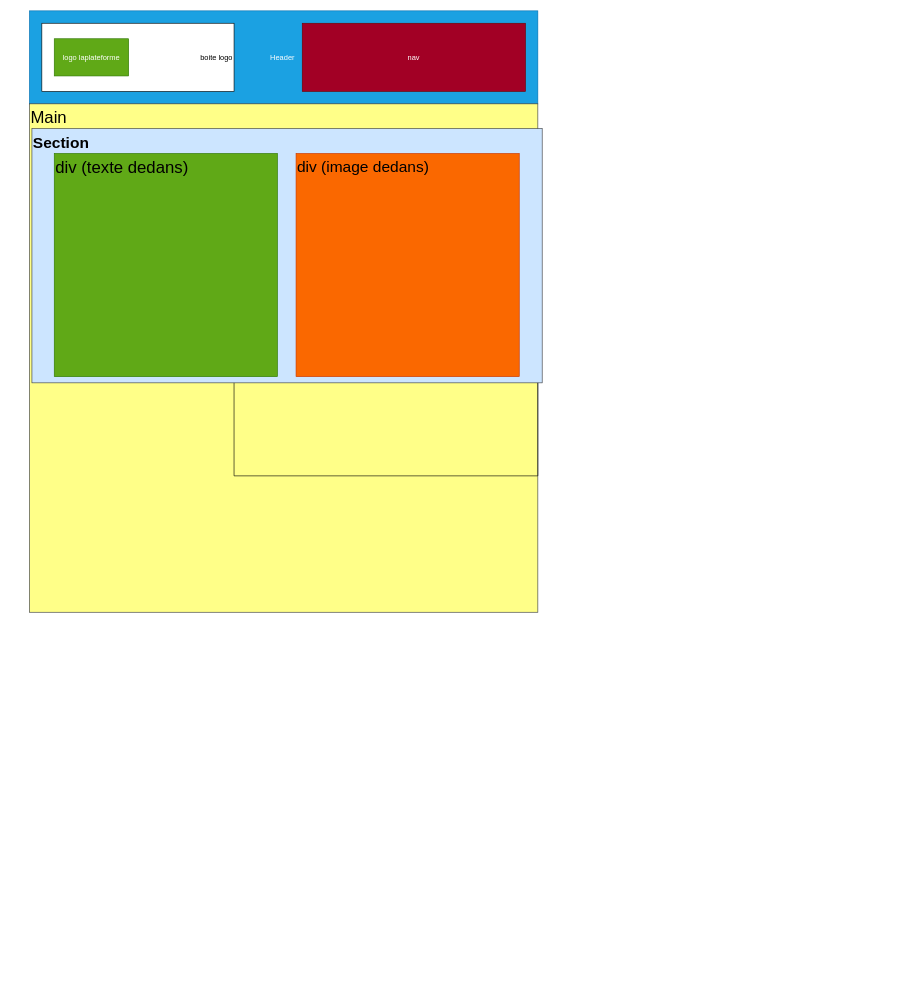
This is maquette.drawio from ibniyamine-chabane/site-la-plateforme, a draw.io file, before an edit. Source tidied: cells renumbered, new cells numbered last; positions are measured from the earlier drawing's top-left corner, leaving out a move shared by most shapes. Both pictures are drawn from the tidied source at 62%, with x=0, y=0 at pixel (29, 11).
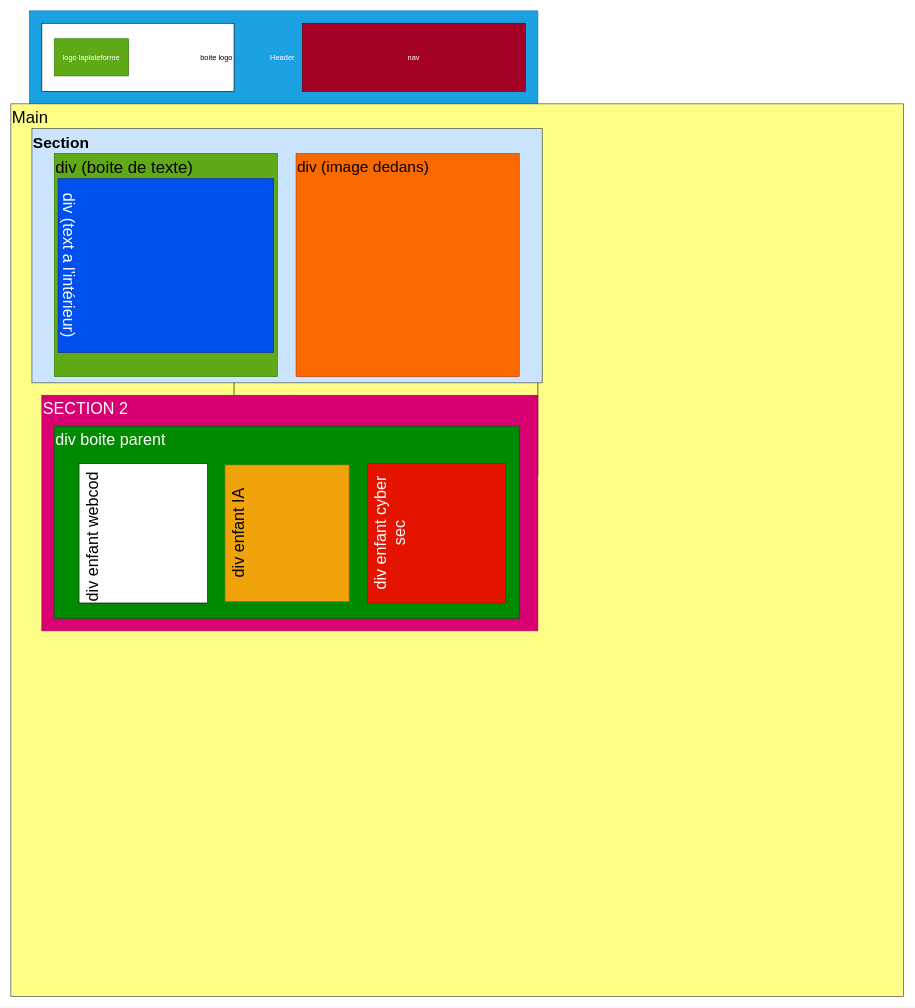
Above is the later version.

Commit message (it also covers changes not shown here):
section2 2 middle 1 almost done, maquette drawio updated

Change to the diagram source:
```diff
@@
 <mxGraphModel>
   <root>
     <mxCell id="0" />
     <mxCell id="1" parent="0" />
     <mxCell id="2" value="Header&amp;nbsp;" style="rounded=0;whiteSpace=wrap;html=1;fillColor=#1ba1e2;fontColor=#ffffff;strokeColor=#006EAF;" parent="1" vertex="1">
       <mxGeometry width="820" height="150" as="geometry" />
     </mxCell>
     <mxCell id="3" value="nav" style="rounded=0;whiteSpace=wrap;html=1;fillColor=#a20025;fontColor=#ffffff;strokeColor=#6F0000;" parent="1" vertex="1">
       <mxGeometry x="440" y="20" width="360" height="110" as="geometry" />
     </mxCell>
     <mxCell id="4" value="boite logo" style="rounded=0;whiteSpace=wrap;html=1;align=right;" parent="1" vertex="1">
       <mxGeometry x="20" y="20" width="310" height="110" as="geometry" />
     </mxCell>
     <mxCell id="5" value="&lt;span&gt;logo laplateforme&lt;/span&gt;" style="rounded=0;whiteSpace=wrap;html=1;fillColor=#60a917;fontColor=#ffffff;strokeColor=#2D7600;" parent="1" vertex="1">
       <mxGeometry x="40" y="45" width="120" height="60" as="geometry" />
     </mxCell>
     <mxCell id="6" value="&lt;font style=&quot;font-size: 27px&quot;&gt;Main&lt;/font&gt;" style="whiteSpace=wrap;html=1;fillColor=#ffff88;strokeColor=#36393d;fontColor=#000000;align=left;verticalAlign=top;" parent="1" vertex="1">
-      <mxGeometry y="150" width="820" height="820" as="geometry" />
+      <mxGeometry x="-30" y="150" width="1440" height="1440" as="geometry" />
     </mxCell>
     <mxCell id="7" style="swimlane;startSize=0;fontSize=27;fontColor=#000000;" parent="1" vertex="1">
       <mxGeometry x="330" y="550" width="490" height="200" as="geometry" />
     </mxCell>
     <mxCell id="8" value="&lt;div&gt;&lt;span style=&quot;color: rgb(0 , 0 , 0)&quot;&gt;&lt;b&gt;&lt;font style=&quot;font-size: 25px&quot;&gt;Section&lt;/font&gt;&lt;/b&gt;&lt;/span&gt;&lt;/div&gt;" style="rounded=0;whiteSpace=wrap;html=1;fontSize=27;fillColor=#cce5ff;strokeColor=#36393d;align=left;verticalAlign=top;" parent="1" vertex="1">
       <mxGeometry x="4" y="190" width="823" height="410" as="geometry" />
     </mxCell>
-    <mxCell id="9" value="&lt;font color=&quot;#000000&quot;&gt;div (texte dedans)&lt;/font&gt;" style="whiteSpace=wrap;html=1;fontSize=27;fontColor=#ffffff;fillColor=#60a917;strokeColor=#2D7600;align=left;verticalAlign=top;" parent="1" vertex="1">
+    <mxCell id="9" value="&lt;font color=&quot;#000000&quot;&gt;div (boite de texte)&lt;/font&gt;" style="whiteSpace=wrap;html=1;fontSize=27;fontColor=#ffffff;fillColor=#60a917;strokeColor=#2D7600;align=left;verticalAlign=top;" parent="1" vertex="1">
       <mxGeometry x="40" y="230" width="360" height="360" as="geometry" />
     </mxCell>
     <mxCell id="10" value="div (image dedans)" style="whiteSpace=wrap;html=1;fontSize=25;fontColor=#000000;fillColor=#fa6800;strokeColor=#C73500;align=left;verticalAlign=top;" parent="1" vertex="1">
       <mxGeometry x="430" y="230" width="360" height="360" as="geometry" />
     </mxCell>
+    <mxCell id="11" value="&lt;font style=&quot;font-size: 26px&quot;&gt;div (text a l'intérieur)&lt;/font&gt;" style="rounded=0;whiteSpace=wrap;html=1;rotation=90;fillColor=#0050ef;fontColor=#ffffff;strokeColor=#001DBC;verticalAlign=bottom;align=center;" parent="1" vertex="1">
+      <mxGeometry x="80" y="237" width="280" height="347.5" as="geometry" />
+    </mxCell>
+    <mxCell id="12" style="edgeStyle=none;html=1;entryX=0.189;entryY=1.013;entryDx=0;entryDy=0;entryPerimeter=0;fontSize=26;" parent="1" edge="1" source="13" target="7">
+      <mxGeometry relative="1" as="geometry" />
+    </mxCell>
+    <mxCell id="13" value="SECTION 2" style="rounded=0;whiteSpace=wrap;html=1;fontSize=26;fillColor=#d80073;fontColor=#ffffff;strokeColor=#A50040;verticalAlign=top;align=left;" parent="1" vertex="1">
+      <mxGeometry x="20" y="620" width="800" height="380" as="geometry" />
+    </mxCell>
+    <mxCell id="14" value="div boite parent" style="rounded=0;whiteSpace=wrap;html=1;fontSize=26;fillColor=#008a00;fontColor=#ffffff;strokeColor=#005700;align=left;verticalAlign=top;" parent="1" vertex="1">
+      <mxGeometry x="40" y="670" width="750" height="310" as="geometry" />
+    </mxCell>
+    <mxCell id="15" value="div enfant webcod" style="rounded=0;whiteSpace=wrap;html=1;fontSize=26;rotation=-90;align=left;verticalAlign=top;" parent="1" vertex="1">
+      <mxGeometry x="71.2" y="738.8" width="225" height="207.5" as="geometry" />
+    </mxCell>
+    <mxCell id="16" value="div enfant IA" style="rounded=0;whiteSpace=wrap;html=1;fontSize=26;rotation=-90;fillColor=#f0a30a;fontColor=#000000;strokeColor=#BD7000;align=center;verticalAlign=top;" parent="1" vertex="1">
+      <mxGeometry x="305.5" y="742.5" width="220" height="200" as="geometry" />
+    </mxCell>
+    <mxCell id="17" value="div enfant cyber sec" style="rounded=0;whiteSpace=wrap;html=1;fontSize=26;rotation=-90;fillColor=#e51400;fontColor=#ffffff;strokeColor=#B20000;verticalAlign=top;" parent="1" vertex="1">
+      <mxGeometry x="543.8" y="731.2" width="225" height="222.5" as="geometry" />
+    </mxCell>
   </root>
 </mxGraphModel>
```
